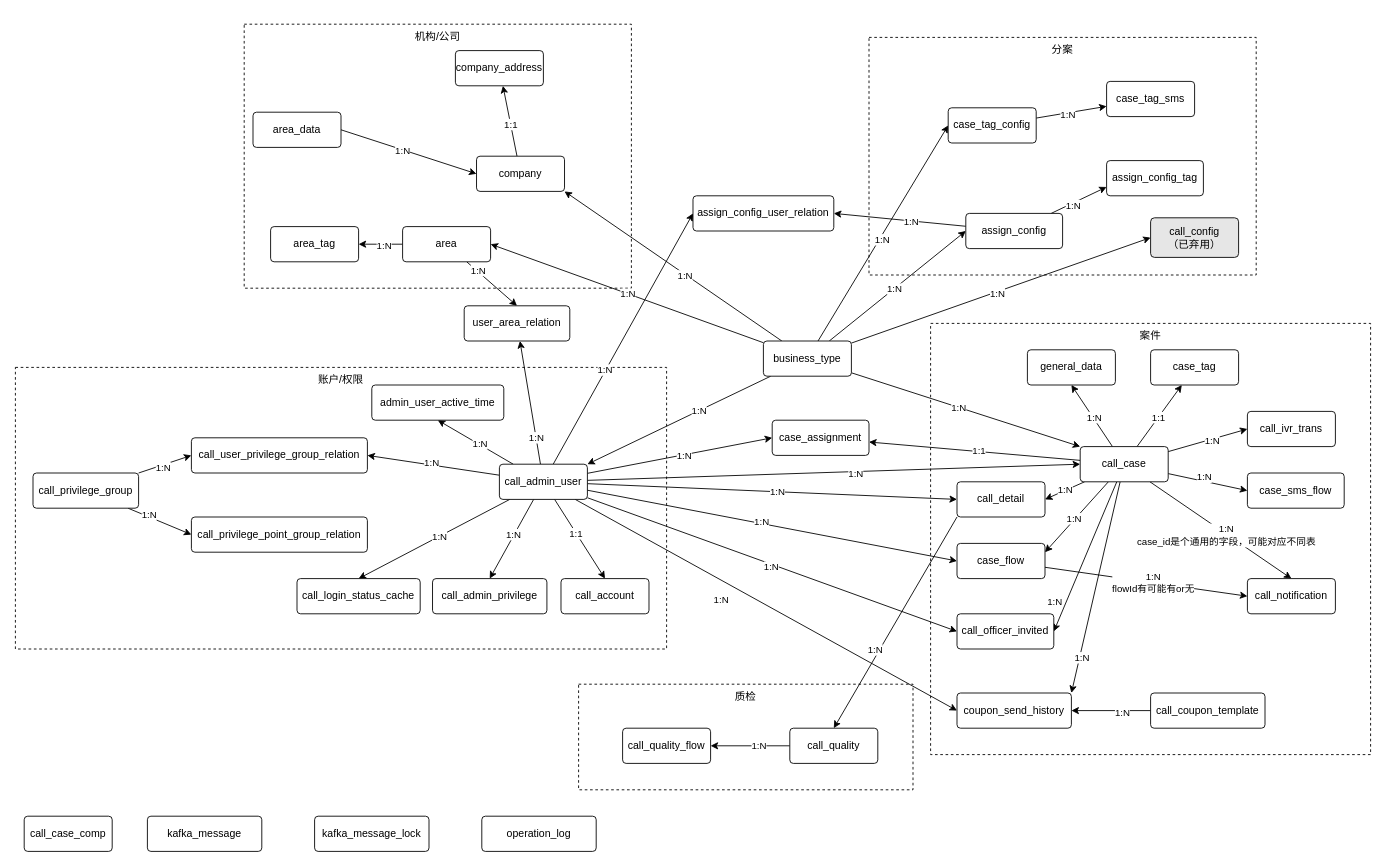
The draw.io diagram 电销系统-数据架构.drawio in ABIN-DS/flowchart, before the edit. Source tidied: cells renumbered, new cells numbered last; positions are measured from the earlier drawing's top-left corner, leaving out a move shared by most shapes. Both pictures are drawn from the tidied source at 88%, with x=0, y=0 at pixel (15, 24).
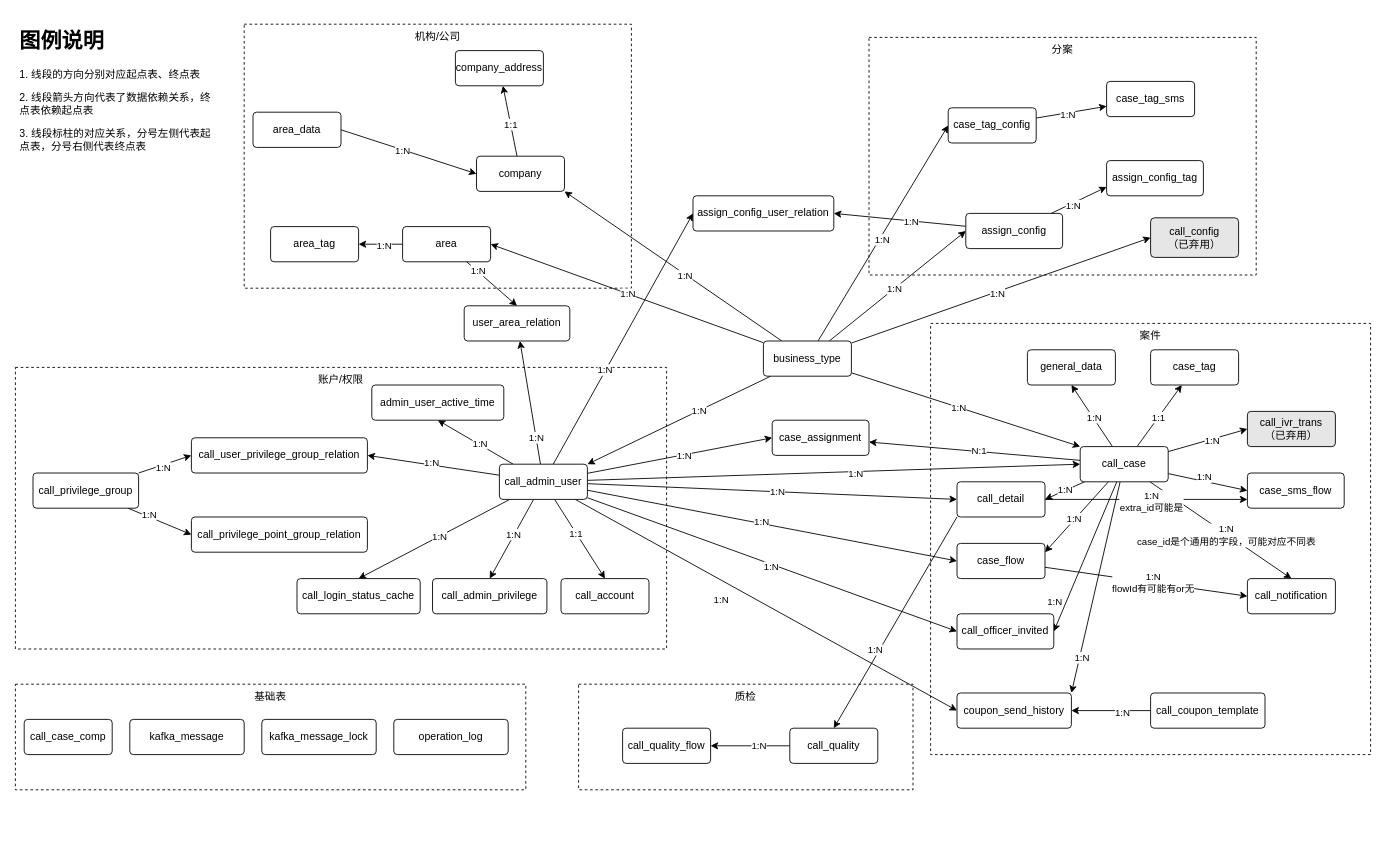
The same page after the edit.

Commit message:
更新电销系统-数据架构.drawio

Unchanged cells that the change refers to:
```xml
<mxCell id="19" style="edgeStyle=none;rounded=0;jettySize=auto;html=1;" parent="1" edge="1" source="27" target="103">
  <mxGeometry relative="1" as="geometry" />
</mxCell>
<mxCell id="73" value="call_detail" style="rounded=1;arcSize=10;whiteSpace=wrap;html=1;align=center;" parent="1" vertex="1">
  <mxGeometry x="1070" y="520" width="100" height="40" as="geometry" />
</mxCell>
<mxCell id="104" value="case_sms_flow" style="rounded=1;arcSize=10;whiteSpace=wrap;html=1;align=center;" parent="1" vertex="1">
  <mxGeometry x="1400" y="510" width="110" height="40" as="geometry" />
</mxCell>
```

Diff of the diagram source:
```diff
@@
+    <mxCell id="132" value="基础表" style="rounded=0;whiteSpace=wrap;html=1;verticalAlign=top;dashed=1;" parent="1" vertex="1">
+      <mxGeometry y="750" width="580" height="120" as="geometry" />
+    </mxCell>
@@
-    <mxCell id="20" value="1:1" style="edgeLabel;html=1;align=center;verticalAlign=middle;" parent="19" vertex="1">
+    <mxCell id="20" value="N:1" style="edgeLabel;html=1;align=center;verticalAlign=middle;" parent="19" vertex="1">
       <mxGeometry x="-0.04" y="-1" relative="1" as="geometry" />
     </mxCell>
@@
+    <mxCell id="133" style="edgeStyle=orthogonalEdgeStyle;rounded=0;jettySize=auto;html=1;entryX=0;entryY=0.75;entryDx=0;entryDy=0;" parent="1" edge="1" source="73" target="104">
+      <mxGeometry relative="1" as="geometry" />
+    </mxCell>
+    <mxCell id="134" value="1:N&lt;br&gt;extra_id可能是" style="edgeLabel;html=1;align=center;verticalAlign=middle;" parent="133" vertex="1">
+      <mxGeometry x="0.04" y="-1" relative="1" as="geometry">
+        <mxPoint y="1" as="offset" />
+      </mxGeometry>
+    </mxCell>
@@
     <mxCell id="81" value="call_case_comp" style="rounded=1;arcSize=10;whiteSpace=wrap;html=1;align=center;" parent="1" vertex="1">
-      <mxGeometry x="10" y="900" width="100" height="40" as="geometry" />
+      <mxGeometry x="10" y="790" width="100" height="40" as="geometry" />
     </mxCell>
@@
-    <mxCell id="88" value="call_ivr_trans" style="rounded=1;arcSize=10;whiteSpace=wrap;html=1;align=center;" parent="1" vertex="1">
+    <mxCell id="88" value="call_ivr_trans&lt;br&gt;（已弃用）" style="rounded=1;arcSize=10;whiteSpace=wrap;html=1;align=center;fillColor=#E6E6E6;" parent="1" vertex="1">
       <mxGeometry x="1400" y="440" width="100" height="40" as="geometry" />
     </mxCell>
@@
     <mxCell id="118" value="kafka_message" style="rounded=1;arcSize=10;whiteSpace=wrap;html=1;align=center;" parent="1" vertex="1">
-      <mxGeometry x="150" y="900" width="130" height="40" as="geometry" />
+      <mxGeometry x="130" y="790" width="130" height="40" as="geometry" />
     </mxCell>
     <mxCell id="119" value="kafka_message_lock" style="rounded=1;arcSize=10;whiteSpace=wrap;html=1;align=center;" parent="1" vertex="1">
-      <mxGeometry x="340" y="900" width="130" height="40" as="geometry" />
+      <mxGeometry x="280" y="790" width="130" height="40" as="geometry" />
     </mxCell>
     <mxCell id="120" value="operation_log" style="rounded=1;arcSize=10;whiteSpace=wrap;html=1;align=center;" parent="1" vertex="1">
-      <mxGeometry x="530" y="900" width="130" height="40" as="geometry" />
+      <mxGeometry x="430" y="790" width="130" height="40" as="geometry" />
     </mxCell>
@@
+    <mxCell id="135" value="&lt;h1&gt;图例说明&lt;/h1&gt;&lt;p&gt;1. 线段的方向分别对应起点表、终点表&lt;/p&gt;&lt;p&gt;2. 线段箭头方向代表了数据依赖关系，终点表依赖起点表&lt;/p&gt;&lt;p&gt;3. 线段标柱的对应关系，分号左侧代表起点表，分号右侧代表终点表&lt;/p&gt;" style="text;html=1;strokeColor=none;fillColor=none;spacing=5;spacingTop=-20;whiteSpace=wrap;overflow=hidden;rounded=0;" parent="1" vertex="1">
+      <mxGeometry width="230" height="150" as="geometry" />
+    </mxCell>
```
